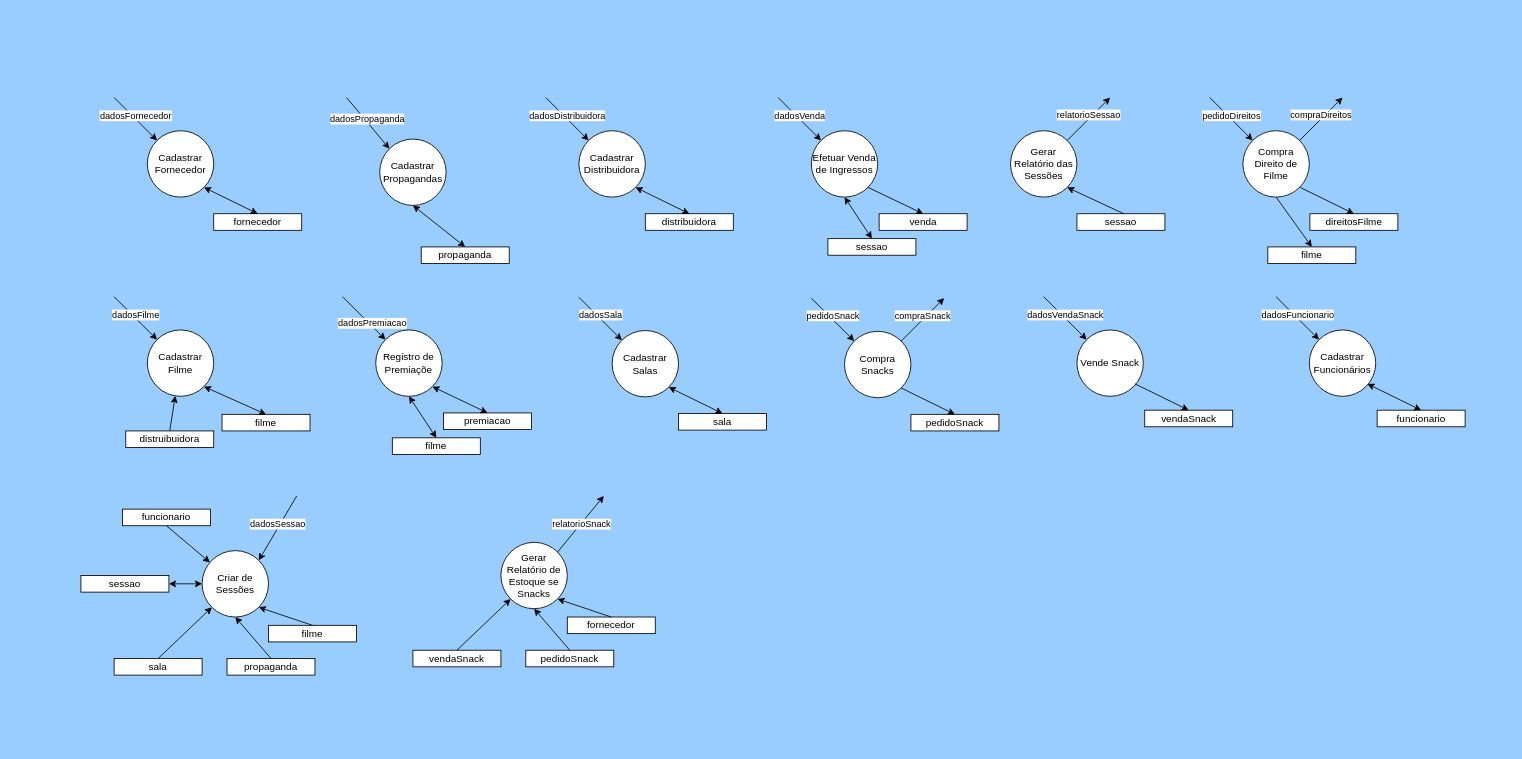
This is Modelagem de Software/Gestão de Cinema/DER/ModeloComportamental.drawio from Pe-Santana/5Periodo, a draw.io file, before an edit. Source tidied: cells renumbered, new cells numbered last; positions are measured from the earlier drawing's top-left corner, leaving out a move shared by most shapes. Both pictures are drawn from the tidied source at 83%, with x=0, y=0 at pixel (14, 14).
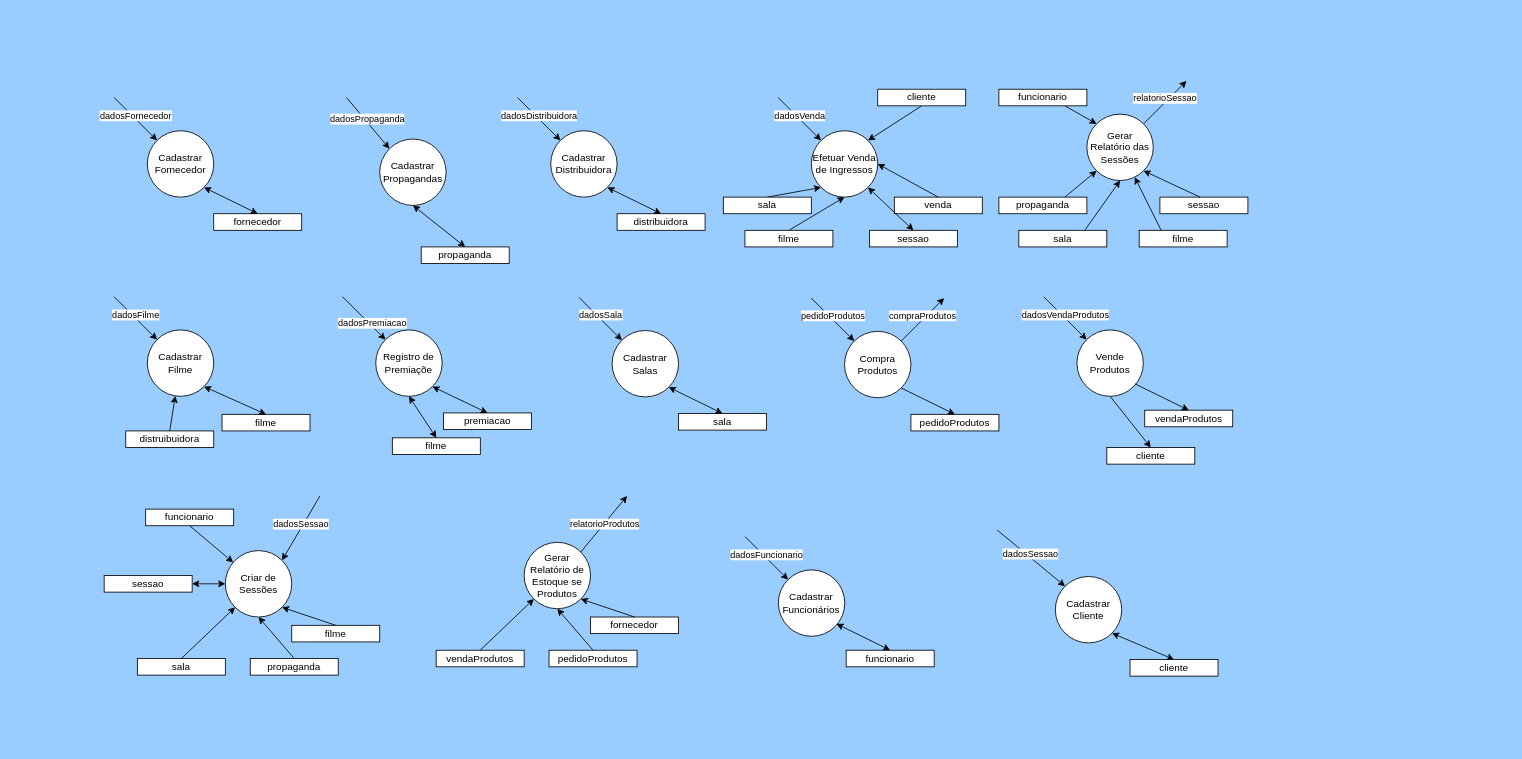
Above is the later version.

Unchanged cells that the change refers to:
```xml
<mxCell id="55" value="Efetuar Venda de Ingressos" style="ellipse;whiteSpace=wrap;html=1;" parent="1" vertex="1">
  <mxGeometry x="960" y="140" width="80" height="80" as="geometry" />
</mxCell>
<mxCell id="68" style="endArrow=classic;html=1;rounded=0;entryX=0;entryY=0;entryDx=0;entryDy=0;" parent="1" edge="1">
  <mxGeometry relative="1" as="geometry">
    <mxPoint x="960" y="341.7" as="sourcePoint" />
    <mxPoint x="1011.7" y="393.4" as="targetPoint" />
  </mxGeometry>
</mxCell>
<mxCell id="70" style="endArrow=classic;html=1;rounded=0;exitX=1;exitY=0;exitDx=0;exitDy=0;" parent="1" edge="1" source="67">
  <mxGeometry relative="1" as="geometry">
    <mxPoint x="1120" y="341.7" as="targetPoint" />
  </mxGeometry>
</mxCell>
<mxCell id="75" style="endArrow=classic;html=1;rounded=0;entryX=0;entryY=0;entryDx=0;entryDy=0;" parent="1" edge="1">
  <mxGeometry relative="1" as="geometry">
    <mxPoint x="1240" y="340" as="sourcePoint" />
    <mxPoint x="1291.7" y="391.7" as="targetPoint" />
  </mxGeometry>
</mxCell>
```

What changed in the source:
```diff
@@
     <mxCell id="19" value="Cadastrar Funcionários" style="ellipse;whiteSpace=wrap;html=1;" parent="1" vertex="1">
-      <mxGeometry x="1560" y="380" width="80" height="80" as="geometry" />
+      <mxGeometry x="920.3" y="669.1" width="80" height="80" as="geometry" />
     </mxCell>
     <mxCell id="20" style="endArrow=classic;html=1;rounded=0;entryX=0;entryY=0;entryDx=0;entryDy=0;" parent="1" edge="1">
       <mxGeometry relative="1" as="geometry">
-        <mxPoint x="1520" y="340" as="sourcePoint" />
-        <mxPoint x="1571.7" y="391.7" as="targetPoint" />
+        <mxPoint x="880.3" y="629.1" as="sourcePoint" />
+        <mxPoint x="932" y="680.9" as="targetPoint" />
       </mxGeometry>
     </mxCell>
@@
     <mxCell id="22" value="funcionario" style="rounded=0;whiteSpace=wrap;html=1;" parent="1" vertex="1">
-      <mxGeometry x="1641.7" y="476.7" width="106" height="20" as="geometry" />
+      <mxGeometry x="1002" y="765.9" width="106" height="20" as="geometry" />
     </mxCell>
     <mxCell id="23" style="endArrow=classic;startArrow=classic;html=1;rounded=0;entryX=0.5;entryY=0;entryDx=0;entryDy=0;exitX=1;exitY=1;exitDx=0;exitDy=0;startFill=1;" parent="1" edge="1" target="22">
       <mxGeometry relative="1" as="geometry">
-        <mxPoint x="1630" y="445" as="sourcePoint" />
+        <mxPoint x="990.3" y="734.1" as="sourcePoint" />
       </mxGeometry>
     </mxCell>
@@
     <mxCell id="33" value="Criar de Sessões" style="ellipse;whiteSpace=wrap;html=1;" parent="1" vertex="1">
-      <mxGeometry x="226" y="645.9" width="80" height="80" as="geometry" />
+      <mxGeometry x="254" y="645.9" width="80" height="80" as="geometry" />
     </mxCell>
     <mxCell id="34" value="propaganda" style="rounded=0;whiteSpace=wrap;html=1;" parent="1" vertex="1">
-      <mxGeometry x="256" y="775.9" width="106" height="20" as="geometry" />
+      <mxGeometry x="284" y="775.9" width="106" height="20" as="geometry" />
     </mxCell>
     <mxCell id="35" value="filme" style="rounded=0;whiteSpace=wrap;html=1;" parent="1" vertex="1">
-      <mxGeometry x="306" y="735.9" width="106" height="20" as="geometry" />
+      <mxGeometry x="334" y="735.9" width="106" height="20" as="geometry" />
     </mxCell>
     <mxCell id="36" value="sala" style="rounded=0;whiteSpace=wrap;html=1;" parent="1" vertex="1">
-      <mxGeometry x="120" y="775.9" width="106" height="20" as="geometry" />
+      <mxGeometry x="148" y="775.9" width="106" height="20" as="geometry" />
     </mxCell>
@@
     <mxCell id="40" value="funcionario" style="rounded=0;whiteSpace=wrap;html=1;" parent="1" vertex="1">
-      <mxGeometry x="130" y="595.9" width="106" height="20" as="geometry" />
+      <mxGeometry x="158" y="595.9" width="106" height="20" as="geometry" />
     </mxCell>
@@
     <mxCell id="42" style="endArrow=classic;html=1;rounded=0;entryX=1;entryY=0;entryDx=0;entryDy=0;" parent="1" edge="1" target="33">
       <mxGeometry relative="1" as="geometry">
-        <mxPoint x="340" y="580" as="sourcePoint" />
+        <mxPoint x="368" y="580" as="sourcePoint" />
       </mxGeometry>
     </mxCell>
@@
     <mxCell id="44" value="Cadastrar&lt;br&gt;Distribuidora" style="ellipse;whiteSpace=wrap;html=1;" parent="1" vertex="1">
-      <mxGeometry x="680" y="140" width="80" height="80" as="geometry" />
+      <mxGeometry x="646" y="140" width="80" height="80" as="geometry" />
     </mxCell>
     <mxCell id="45" style="endArrow=classic;html=1;rounded=0;entryX=0;entryY=0;entryDx=0;entryDy=0;" parent="1" edge="1" target="44">
       <mxGeometry relative="1" as="geometry">
-        <mxPoint x="640" y="100" as="sourcePoint" />
+        <mxPoint x="606" y="100" as="sourcePoint" />
       </mxGeometry>
     </mxCell>
@@
     <mxCell id="47" value="distribuidora" style="rounded=0;whiteSpace=wrap;html=1;" parent="1" vertex="1">
-      <mxGeometry x="760" y="240" width="106" height="20" as="geometry" />
+      <mxGeometry x="726" y="240" width="106" height="20" as="geometry" />
     </mxCell>
@@
     <mxCell id="58" value="venda" style="rounded=0;whiteSpace=wrap;html=1;" parent="1" vertex="1">
-      <mxGeometry x="1041.7" y="240" width="106" height="20" as="geometry" />
+      <mxGeometry x="1060" y="220" width="106" height="20" as="geometry" />
     </mxCell>
-    <mxCell id="59" style="endArrow=classic;startArrow=none;html=1;rounded=0;entryX=0.5;entryY=0;entryDx=0;entryDy=0;exitX=1;exitY=1;exitDx=0;exitDy=0;startFill=0;" parent="1" edge="1" source="55" target="58">
+    <mxCell id="59" style="endArrow=none;startArrow=classic;html=1;rounded=0;entryX=0.5;entryY=0;entryDx=0;entryDy=0;exitX=1;exitY=0.5;exitDx=0;exitDy=0;startFill=1;endFill=0;" parent="1" edge="1" source="55" target="58">
       <mxGeometry relative="1" as="geometry" />
     </mxCell>
     <mxCell id="60" value="sessao" style="rounded=0;whiteSpace=wrap;html=1;" parent="1" vertex="1">
-      <mxGeometry x="980" y="270" width="106" height="20" as="geometry" />
+      <mxGeometry x="1030" y="260" width="106" height="20" as="geometry" />
     </mxCell>
-    <mxCell id="61" style="endArrow=classic;startArrow=classic;html=1;rounded=0;entryX=0.5;entryY=0;entryDx=0;entryDy=0;exitX=0.5;exitY=1;exitDx=0;exitDy=0;" parent="1" edge="1" source="55" target="60">
+    <mxCell id="61" style="endArrow=classic;startArrow=classic;html=1;rounded=0;entryX=0.5;entryY=0;entryDx=0;entryDy=0;exitX=1;exitY=1;exitDx=0;exitDy=0;" parent="1" edge="1" source="55" target="60">
       <mxGeometry relative="1" as="geometry" />
     </mxCell>
     <mxCell id="62" value="Gerar Relatório das Sessões" style="ellipse;whiteSpace=wrap;html=1;" parent="1" vertex="1">
-      <mxGeometry x="1200" y="140" width="80" height="80" as="geometry" />
+      <mxGeometry x="1292" y="120" width="80" height="80" as="geometry" />
     </mxCell>
     <mxCell id="63" style="endArrow=classic;html=1;rounded=0;exitX=1;exitY=0;exitDx=0;exitDy=0;" parent="1" edge="1" source="62">
       <mxGeometry relative="1" as="geometry">
-        <mxPoint x="1320" y="100" as="targetPoint" />
+        <mxPoint x="1412" y="80" as="targetPoint" />
       </mxGeometry>
     </mxCell>
@@
     <mxCell id="65" value="sessao" style="rounded=0;whiteSpace=wrap;html=1;" parent="1" vertex="1">
-      <mxGeometry x="1280" y="240" width="106" height="20" as="geometry" />
+      <mxGeometry x="1380" y="220" width="106" height="20" as="geometry" />
     </mxCell>
     <mxCell id="66" style="endArrow=none;startArrow=classic;html=1;rounded=0;entryX=0.5;entryY=0;entryDx=0;entryDy=0;exitX=1;exitY=1;exitDx=0;exitDy=0;endFill=0;" parent="1" edge="1" source="62">
       <mxGeometry relative="1" as="geometry">
-        <mxPoint x="1336.4" y="240" as="targetPoint" />
+        <mxPoint x="1428.4" y="220" as="targetPoint" />
       </mxGeometry>
     </mxCell>
-    <mxCell id="67" value="Compra Snacks" style="ellipse;whiteSpace=wrap;html=1;" parent="1" vertex="1">
+    <mxCell id="67" value="Compra Produtos" style="ellipse;whiteSpace=wrap;html=1;" parent="1" vertex="1">
       <mxGeometry x="1000" y="381.7" width="80" height="80" as="geometry" />
     </mxCell>
@@
-    <mxCell id="69" value="pedidoSnack" style="edgeLabel;html=1;align=center;verticalAlign=middle;" parent="68" vertex="1">
+    <mxCell id="69" value="pedidoProdutos" style="edgeLabel;html=1;align=center;verticalAlign=middle;" parent="68" vertex="1">
       <mxGeometry relative="1" as="geometry">
         <mxPoint x="-1" y="-5" as="offset" />
       </mxGeometry>
     </mxCell>
@@
-    <mxCell id="71" value="compraSnack" style="edgeLabel;html=1;align=center;verticalAlign=middle;" parent="70" vertex="1">
+    <mxCell id="71" value="compraProdutos" style="edgeLabel;html=1;align=center;verticalAlign=middle;" parent="70" vertex="1">
       <mxGeometry relative="1" as="geometry">
         <mxPoint x="-1" y="-5" as="offset" />
       </mxGeometry>
     </mxCell>
-    <mxCell id="72" value="pedidoSnack" style="rounded=0;whiteSpace=wrap;html=1;" parent="1" vertex="1">
+    <mxCell id="72" value="pedidoProdutos" style="rounded=0;whiteSpace=wrap;html=1;" parent="1" vertex="1">
       <mxGeometry x="1080" y="481.7" width="106" height="20" as="geometry" />
     </mxCell>
@@
+    <mxCell id="103" style="edgeStyle=none;rounded=0;jettySize=auto;html=1;exitX=0.5;exitY=1;exitDx=0;exitDy=0;entryX=0.5;entryY=0;entryDx=0;entryDy=0;startArrow=none;startFill=0;endArrow=classic;endFill=1;" parent="1" edge="1" source="74" target="123">
+      <mxGeometry relative="1" as="geometry" />
+    </mxCell>
-    <mxCell id="74" value="Vende Snack" style="ellipse;whiteSpace=wrap;html=1;" parent="1" vertex="1">
+    <mxCell id="74" value="Vende Produtos" style="ellipse;whiteSpace=wrap;html=1;" parent="1" vertex="1">
       <mxGeometry x="1280" y="380" width="80" height="80" as="geometry" />
     </mxCell>
@@
-    <mxCell id="76" value="dadosVendaSnack" style="edgeLabel;html=1;align=center;verticalAlign=middle;" parent="75" vertex="1">
+    <mxCell id="76" value="dadosVendaProdutos" style="edgeLabel;html=1;align=center;verticalAlign=middle;" parent="75" vertex="1">
       <mxGeometry relative="1" as="geometry">
         <mxPoint x="-1" y="-5" as="offset" />
       </mxGeometry>
     </mxCell>
-    <mxCell id="77" value="vendaSnack" style="rounded=0;whiteSpace=wrap;html=1;" parent="1" vertex="1">
+    <mxCell id="77" value="vendaProdutos" style="rounded=0;whiteSpace=wrap;html=1;" parent="1" vertex="1">
       <mxGeometry x="1361.7" y="476.7" width="106" height="20" as="geometry" />
     </mxCell>
@@
-    <mxCell id="79" value="Compra Direito de Filme" style="ellipse;whiteSpace=wrap;html=1;" parent="1" vertex="1">
-      <mxGeometry x="1480" y="140" width="80" height="80" as="geometry" />
-    </mxCell>
-    <mxCell id="80" style="endArrow=classic;html=1;rounded=0;entryX=0;entryY=0;entryDx=0;entryDy=0;" parent="1" edge="1">
-      <mxGeometry relative="1" as="geometry">
-        <mxPoint x="1440" y="100" as="sourcePoint" />
-        <mxPoint x="1491.7" y="151.7" as="targetPoint" />
-      </mxGeometry>
-    </mxCell>
-    <mxCell id="81" value="pedidoDireitos" style="edgeLabel;html=1;align=center;verticalAlign=middle;" parent="80" vertex="1">
-      <mxGeometry relative="1" as="geometry">
-        <mxPoint x="-1" y="-5" as="offset" />
-      </mxGeometry>
-    </mxCell>
-    <mxCell id="82" style="endArrow=classic;html=1;rounded=0;exitX=1;exitY=0;exitDx=0;exitDy=0;" parent="1" edge="1" source="79">
-      <mxGeometry relative="1" as="geometry">
-        <mxPoint x="1600" y="100" as="targetPoint" />
-      </mxGeometry>
-    </mxCell>
-    <mxCell id="83" value="compraDireitos" style="edgeLabel;html=1;align=center;verticalAlign=middle;" parent="82" vertex="1">
-      <mxGeometry relative="1" as="geometry">
-        <mxPoint x="-1" y="-5" as="offset" />
-      </mxGeometry>
-    </mxCell>
-    <mxCell id="84" value="direitosFilme" style="rounded=0;whiteSpace=wrap;html=1;" parent="1" vertex="1">
-      <mxGeometry x="1560.7" y="240" width="106" height="20" as="geometry" />
-    </mxCell>
-    <mxCell id="85" style="endArrow=classic;startArrow=none;html=1;rounded=0;entryX=0.5;entryY=0;entryDx=0;entryDy=0;exitX=1;exitY=1;exitDx=0;exitDy=0;startFill=0;" parent="1" edge="1" target="84">
-      <mxGeometry relative="1" as="geometry">
-        <mxPoint x="1549" y="208.3" as="sourcePoint" />
-      </mxGeometry>
-    </mxCell>
-    <mxCell id="86" style="endArrow=none;startArrow=classic;html=1;rounded=0;exitX=0.5;exitY=0;exitDx=0;exitDy=0;entryX=0.5;entryY=1;entryDx=0;entryDy=0;endFill=0;" parent="1" edge="1" source="87" target="79">
-      <mxGeometry relative="1" as="geometry" />
-    </mxCell>
-    <mxCell id="87" value="filme" style="rounded=0;whiteSpace=wrap;html=1;" parent="1" vertex="1">
-      <mxGeometry x="1510" y="280" width="106" height="20" as="geometry" />
-    </mxCell>
-    <mxCell id="88" value="Gerar Relatório de Estoque se Snacks" style="ellipse;whiteSpace=wrap;html=1;" parent="1" vertex="1">
-      <mxGeometry x="586" y="635.9" width="80" height="80" as="geometry" />
+    <mxCell id="88" value="Gerar Relatório de Estoque se Produtos" style="ellipse;whiteSpace=wrap;html=1;" parent="1" vertex="1">
+      <mxGeometry x="614" y="635.9" width="80" height="80" as="geometry" />
     </mxCell>
     <mxCell id="89" style="endArrow=classic;html=1;rounded=0;exitX=1;exitY=0;exitDx=0;exitDy=0;" parent="1" edge="1" source="88">
       <mxGeometry relative="1" as="geometry">
-        <mxPoint x="710" y="580" as="targetPoint" />
+        <mxPoint x="738" y="580" as="targetPoint" />
       </mxGeometry>
     </mxCell>
-    <mxCell id="90" value="relatorioSnack" style="edgeLabel;html=1;align=center;verticalAlign=middle;" parent="89" vertex="1">
+    <mxCell id="90" value="relatorioProdutos" style="edgeLabel;html=1;align=center;verticalAlign=middle;" parent="89" vertex="1">
       <mxGeometry relative="1" as="geometry" />
     </mxCell>
-    <mxCell id="91" value="pedidoSnack" style="rounded=0;whiteSpace=wrap;html=1;" parent="1" vertex="1">
-      <mxGeometry x="616" y="765.9" width="106" height="20" as="geometry" />
+    <mxCell id="91" value="pedidoProdutos" style="rounded=0;whiteSpace=wrap;html=1;" parent="1" vertex="1">
+      <mxGeometry x="644" y="765.9" width="106" height="20" as="geometry" />
     </mxCell>
     <mxCell id="92" value="fornecedor" style="rounded=0;whiteSpace=wrap;html=1;" parent="1" vertex="1">
-      <mxGeometry x="666" y="725.9" width="106" height="20" as="geometry" />
+      <mxGeometry x="694" y="725.9" width="106" height="20" as="geometry" />
     </mxCell>
-    <mxCell id="93" value="vendaSnack" style="rounded=0;whiteSpace=wrap;html=1;" parent="1" vertex="1">
-      <mxGeometry x="480" y="765.9" width="106" height="20" as="geometry" />
+    <mxCell id="93" value="vendaProdutos" style="rounded=0;whiteSpace=wrap;html=1;" parent="1" vertex="1">
+      <mxGeometry x="508" y="765.9" width="106" height="20" as="geometry" />
     </mxCell>
@@
     <mxCell id="97" value="sessao" style="rounded=0;whiteSpace=wrap;html=1;" parent="1" vertex="1">
-      <mxGeometry x="80" y="675.9" width="106" height="20" as="geometry" />
+      <mxGeometry x="108" y="675.9" width="106" height="20" as="geometry" />
     </mxCell>
@@
     <mxCell id="100" value="&amp;nbsp;" style="text;html=1;align=center;verticalAlign=middle;strokeColor=none;fillColor=none;" parent="1" vertex="1">
-      <mxGeometry x="940" y="860" width="20" height="20" as="geometry" />
+      <mxGeometry x="968" y="860" width="20" height="20" as="geometry" />
     </mxCell>
@@
-    <mxCell id="102" value="&amp;nbsp;" style="text;html=1;align=center;verticalAlign=middle;strokeColor=none;fillColor=none;" parent="1" vertex="1">
-      <mxGeometry x="1780" y="270" width="20" height="20" as="geometry" />
-    </mxCell>
+    <mxCell id="104" style="edgeStyle=none;rounded=0;jettySize=auto;html=1;exitX=0.75;exitY=0;exitDx=0;exitDy=0;entryX=0;entryY=1;entryDx=0;entryDy=0;" parent="1" edge="1" source="105" target="62">
+      <mxGeometry relative="1" as="geometry" />
+    </mxCell>
+    <mxCell id="105" value="propaganda" style="rounded=0;whiteSpace=wrap;html=1;" parent="1" vertex="1">
+      <mxGeometry x="1186" y="220" width="106" height="20" as="geometry" />
+    </mxCell>
+    <mxCell id="106" style="edgeStyle=none;rounded=0;jettySize=auto;html=1;exitX=0.25;exitY=0;exitDx=0;exitDy=0;" parent="1" edge="1" source="107" target="62">
+      <mxGeometry relative="1" as="geometry" />
+    </mxCell>
+    <mxCell id="107" value="filme" style="rounded=0;whiteSpace=wrap;html=1;" parent="1" vertex="1">
+      <mxGeometry x="1355" y="260" width="106" height="20" as="geometry" />
+    </mxCell>
+    <mxCell id="108" style="edgeStyle=none;rounded=0;jettySize=auto;html=1;exitX=0.75;exitY=0;exitDx=0;exitDy=0;entryX=0.5;entryY=1;entryDx=0;entryDy=0;" parent="1" edge="1" source="109" target="62">
+      <mxGeometry relative="1" as="geometry" />
+    </mxCell>
+    <mxCell id="109" value="sala" style="rounded=0;whiteSpace=wrap;html=1;" parent="1" vertex="1">
+      <mxGeometry x="1210" y="260" width="106" height="20" as="geometry" />
+    </mxCell>
+    <mxCell id="110" style="rounded=0;jettySize=auto;html=1;exitX=0.75;exitY=1;exitDx=0;exitDy=0;entryX=0;entryY=0;entryDx=0;entryDy=0;" parent="1" edge="1" source="111" target="62">
+      <mxGeometry relative="1" as="geometry" />
+    </mxCell>
+    <mxCell id="111" value="funcionario" style="rounded=0;whiteSpace=wrap;html=1;" parent="1" vertex="1">
+      <mxGeometry x="1186" y="90" width="106" height="20" as="geometry" />
+    </mxCell>
+    <mxCell id="112" style="edgeStyle=none;rounded=0;jettySize=auto;html=1;exitX=0.5;exitY=0;exitDx=0;exitDy=0;entryX=0.5;entryY=1;entryDx=0;entryDy=0;startArrow=none;startFill=0;endArrow=classic;endFill=1;" parent="1" edge="1" source="113" target="55">
+      <mxGeometry relative="1" as="geometry" />
+    </mxCell>
+    <mxCell id="113" value="filme" style="rounded=0;whiteSpace=wrap;html=1;" parent="1" vertex="1">
+      <mxGeometry x="880" y="260" width="106" height="20" as="geometry" />
+    </mxCell>
+    <mxCell id="114" style="edgeStyle=none;rounded=0;jettySize=auto;html=1;exitX=0.5;exitY=0;exitDx=0;exitDy=0;entryX=0;entryY=1;entryDx=0;entryDy=0;startArrow=none;startFill=0;endArrow=classic;endFill=1;" parent="1" edge="1" source="115" target="55">
+      <mxGeometry relative="1" as="geometry" />
+    </mxCell>
+    <mxCell id="115" value="sala" style="rounded=0;whiteSpace=wrap;html=1;" parent="1" vertex="1">
+      <mxGeometry x="854" y="220" width="106" height="20" as="geometry" />
+    </mxCell>
+    <mxCell id="116" value="Cadastrar Cliente" style="ellipse;whiteSpace=wrap;html=1;" parent="1" vertex="1">
+      <mxGeometry x="1254" y="677.1" width="80" height="80" as="geometry" />
+    </mxCell>
+    <mxCell id="117" style="endArrow=classic;html=1;rounded=0;entryX=0;entryY=0;entryDx=0;entryDy=0;" parent="1" edge="1" target="116">
+      <mxGeometry relative="1" as="geometry">
+        <mxPoint x="1184" y="621.2" as="sourcePoint" />
+      </mxGeometry>
+    </mxCell>
+    <mxCell id="118" value="dadosSessao" style="edgeLabel;html=1;align=center;verticalAlign=middle;" parent="117" vertex="1">
+      <mxGeometry relative="1" as="geometry">
+        <mxPoint x="-1" y="-5" as="offset" />
+      </mxGeometry>
+    </mxCell>
+    <mxCell id="119" style="edgeStyle=none;rounded=0;jettySize=auto;html=1;exitX=0.5;exitY=0;exitDx=0;exitDy=0;entryX=1;entryY=1;entryDx=0;entryDy=0;startArrow=classic;startFill=1;endArrow=classic;endFill=1;" parent="1" edge="1" source="120" target="116">
+      <mxGeometry relative="1" as="geometry" />
+    </mxCell>
+    <mxCell id="120" value="cliente" style="rounded=0;whiteSpace=wrap;html=1;" parent="1" vertex="1">
+      <mxGeometry x="1344" y="777.1" width="106" height="20" as="geometry" />
+    </mxCell>
+    <mxCell id="121" style="edgeStyle=none;rounded=0;jettySize=auto;html=1;exitX=0.5;exitY=1;exitDx=0;exitDy=0;entryX=1;entryY=0;entryDx=0;entryDy=0;startArrow=none;startFill=0;endArrow=classic;endFill=1;" parent="1" edge="1" source="122" target="55">
+      <mxGeometry relative="1" as="geometry" />
+    </mxCell>
+    <mxCell id="122" value="cliente" style="rounded=0;whiteSpace=wrap;html=1;" parent="1" vertex="1">
+      <mxGeometry x="1040" y="90" width="106" height="20" as="geometry" />
+    </mxCell>
+    <mxCell id="123" value="cliente" style="rounded=0;whiteSpace=wrap;html=1;" parent="1" vertex="1">
+      <mxGeometry x="1316" y="521.7" width="106" height="20" as="geometry" />
+    </mxCell>
+    <mxCell id="124" value="&amp;nbsp;" style="text;html=1;align=center;verticalAlign=middle;strokeColor=none;fillColor=none;" parent="1" vertex="1">
+      <mxGeometry x="1550" y="476.7" width="20" height="20" as="geometry" />
+    </mxCell>
```
